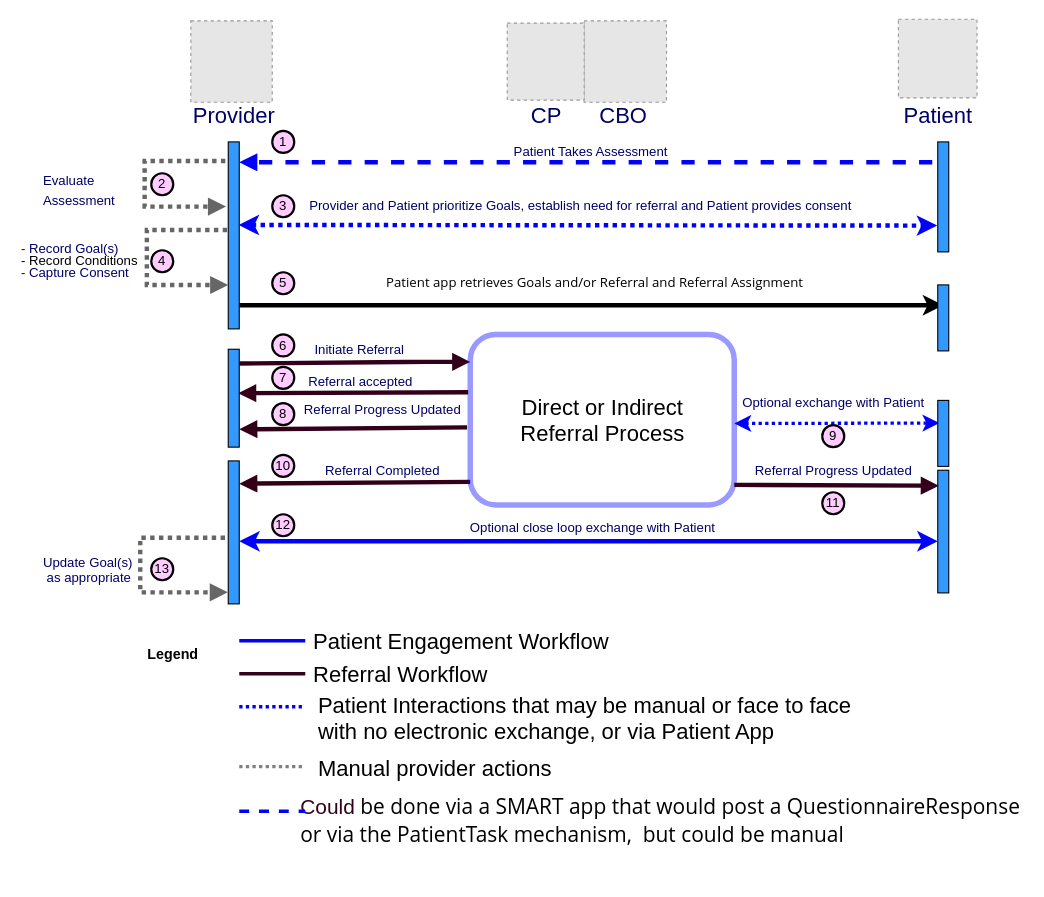
HL7/fhir-sdoh-clinicalcare keeps this draw.io diagram as Images Source/HighLevelReferralContext.drawio. Above is the earlier version. Source tidied: cells renumbered, new cells numbered last; positions are measured from the earlier drawing's top-left corner, leaving out a move shared by most shapes. Both pictures are drawn from the tidied source at 110%, with x=0, y=0 at pixel (19, 19). Pictures stored in the file or linked from it are replaced by grey dashed boxes.
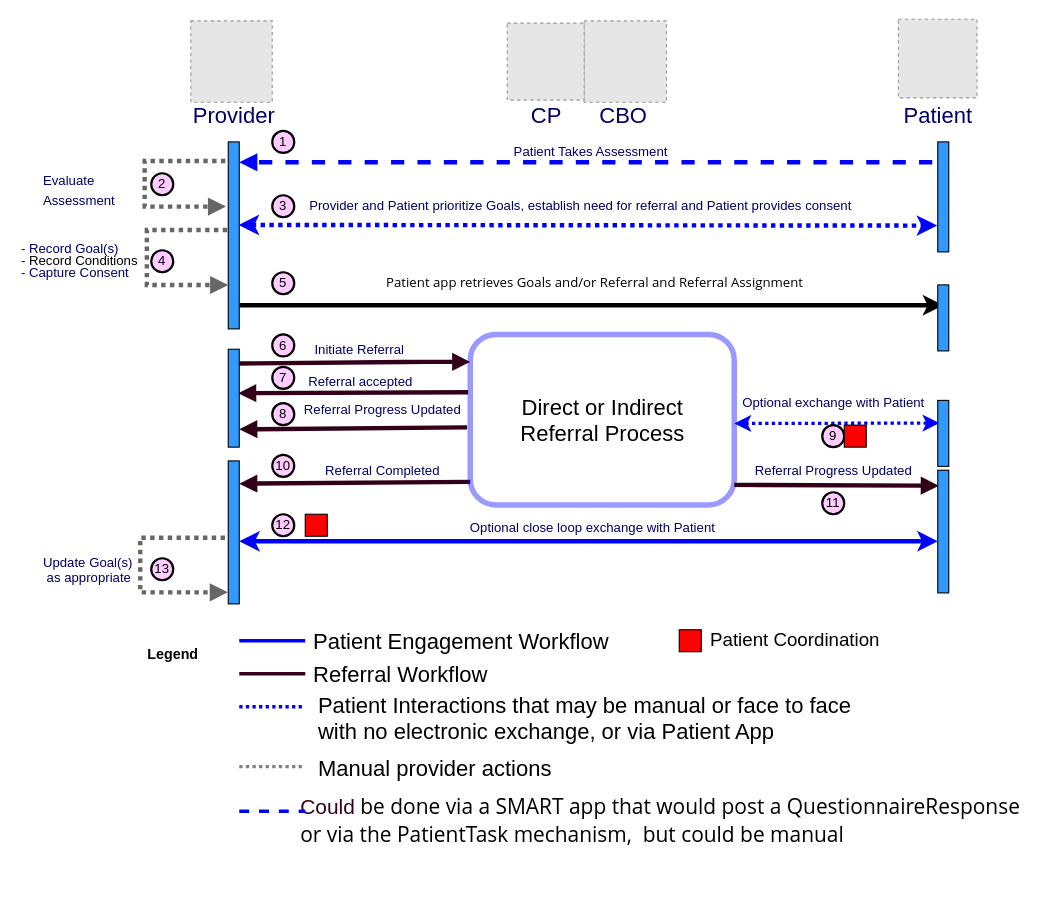
Above is the later version.

The edit, as a diff of the source:
```diff
@@
+    <mxCell id="60" style="whiteSpace=wrap;html=1;fillColor=#FF0000;" parent="1" vertex="1">
+      <mxGeometry x="750" y="369" width="20" height="20" as="geometry" />
+    </mxCell>
+    <mxCell id="61" style="whiteSpace=wrap;html=1;fillColor=#FF0000;" parent="1" vertex="1">
+      <mxGeometry x="260" y="450" width="20" height="20" as="geometry" />
+    </mxCell>
+    <mxCell id="62" style="whiteSpace=wrap;html=1;fillColor=#FF0000;" parent="1" vertex="1">
+      <mxGeometry x="600" y="555" width="20" height="20" as="geometry" />
+    </mxCell>
+    <mxCell id="63" value="Patient Coordination" style="text;html=1;align=center;verticalAlign=middle;strokeColor=none;fillColor=none;fontSize=17;" parent="1" vertex="1">
+      <mxGeometry x="615" y="550" width="180" height="30" as="geometry" />
+    </mxCell>
```
